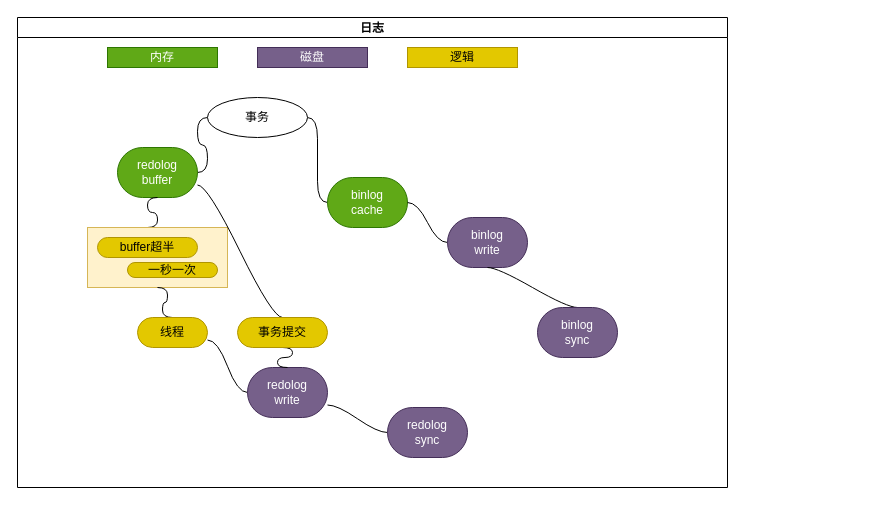
Before: page "日志" (1 of 4) of docs/tips/drawio/mysql-transaction.drawio in ShaoOrg/bulletin, a draw.io diagram. Source tidied: cells renumbered, new cells numbered last; positions are measured from the earlier drawing's top-left corner, leaving out a move shared by most shapes. Both pictures are drawn from the tidied source at 100%, with x=0, y=0 at pixel (17, 17).
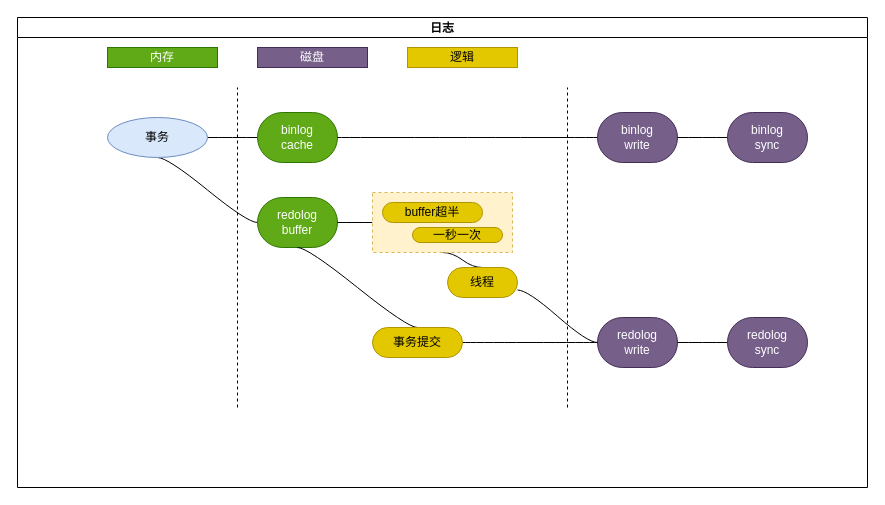
The same page after the edit.

Change to the diagram source:
```diff
@@
     <mxCell id="2" value="日志" style="swimlane;startSize=20;horizontal=1;containerType=tree;" parent="1" vertex="1">
-      <mxGeometry width="710" height="470" as="geometry" />
+      <mxGeometry width="850" height="470" as="geometry" />
     </mxCell>
@@
-    <mxCell id="4" style="edgeStyle=entityRelationEdgeStyle;startArrow=none;endArrow=none;segment=10;curved=1;sourcePerimeterSpacing=0;targetPerimeterSpacing=0;" parent="2" edge="1" source="5" target="7">
+    <mxCell id="4" style="edgeStyle=entityRelationEdgeStyle;startArrow=none;endArrow=none;segment=10;curved=1;sourcePerimeterSpacing=0;targetPerimeterSpacing=0;exitX=0.5;exitY=1;exitDx=0;exitDy=0;" parent="2" edge="1" source="5" target="7">
       <mxGeometry relative="1" as="geometry" />
     </mxCell>
-    <mxCell id="5" value="事务" style="ellipse;whiteSpace=wrap;html=1;align=center;newEdgeStyle={&quot;edgeStyle&quot;:&quot;entityRelationEdgeStyle&quot;,&quot;startArrow&quot;:&quot;none&quot;,&quot;endArrow&quot;:&quot;none&quot;,&quot;segment&quot;:10,&quot;curved&quot;:1,&quot;sourcePerimeterSpacing&quot;:0,&quot;targetPerimeterSpacing&quot;:0};" parent="2" vertex="1">
-      <mxGeometry x="190" y="80" width="100" height="40" as="geometry" />
+    <mxCell id="5" value="事务" style="ellipse;whiteSpace=wrap;html=1;align=center;newEdgeStyle={&quot;edgeStyle&quot;:&quot;entityRelationEdgeStyle&quot;,&quot;startArrow&quot;:&quot;none&quot;,&quot;endArrow&quot;:&quot;none&quot;,&quot;segment&quot;:10,&quot;curved&quot;:1,&quot;sourcePerimeterSpacing&quot;:0,&quot;targetPerimeterSpacing&quot;:0};fillColor=#dae8fc;strokeColor=#6c8ebf;" parent="2" vertex="1">
+      <mxGeometry x="90" y="100" width="100" height="40" as="geometry" />
     </mxCell>
     <mxCell id="6" value="binlog&lt;br&gt;cache" style="whiteSpace=wrap;html=1;rounded=1;arcSize=50;align=center;verticalAlign=middle;strokeWidth=1;spacing=4;newEdgeStyle={&quot;edgeStyle&quot;:&quot;entityRelationEdgeStyle&quot;,&quot;startArrow&quot;:&quot;none&quot;,&quot;endArrow&quot;:&quot;none&quot;,&quot;segment&quot;:10,&quot;curved&quot;:1,&quot;sourcePerimeterSpacing&quot;:0,&quot;targetPerimeterSpacing&quot;:0};fillColor=#60a917;fontColor=#ffffff;strokeColor=#2D7600;" parent="2" vertex="1">
-      <mxGeometry x="310" y="160" width="80" height="50" as="geometry" />
+      <mxGeometry x="240" y="95" width="80" height="50" as="geometry" />
     </mxCell>
     <mxCell id="7" value="redolog&lt;br&gt;buffer" style="whiteSpace=wrap;html=1;rounded=1;arcSize=50;align=center;verticalAlign=middle;strokeWidth=1;spacing=4;newEdgeStyle={&quot;edgeStyle&quot;:&quot;entityRelationEdgeStyle&quot;,&quot;startArrow&quot;:&quot;none&quot;,&quot;endArrow&quot;:&quot;none&quot;,&quot;segment&quot;:10,&quot;curved&quot;:1,&quot;sourcePerimeterSpacing&quot;:0,&quot;targetPerimeterSpacing&quot;:0};fillColor=#60a917;fontColor=#ffffff;strokeColor=#2D7600;" parent="2" vertex="1">
-      <mxGeometry x="100" y="130" width="80" height="50" as="geometry" />
+      <mxGeometry x="240" y="180" width="80" height="50" as="geometry" />
     </mxCell>
@@
     <mxCell id="11" value="binlog&lt;br&gt;write" style="whiteSpace=wrap;html=1;rounded=1;arcSize=50;align=center;verticalAlign=middle;strokeWidth=1;spacing=4;newEdgeStyle={&quot;edgeStyle&quot;:&quot;entityRelationEdgeStyle&quot;,&quot;startArrow&quot;:&quot;none&quot;,&quot;endArrow&quot;:&quot;none&quot;,&quot;segment&quot;:10,&quot;curved&quot;:1,&quot;sourcePerimeterSpacing&quot;:0,&quot;targetPerimeterSpacing&quot;:0};fillColor=#76608a;fontColor=#ffffff;strokeColor=#432D57;" parent="2" vertex="1">
-      <mxGeometry x="430" y="200" width="80" height="50" as="geometry" />
+      <mxGeometry x="580" y="95" width="80" height="50" as="geometry" />
     </mxCell>
-    <mxCell id="12" style="edgeStyle=entityRelationEdgeStyle;startArrow=none;endArrow=none;segment=10;curved=1;sourcePerimeterSpacing=0;targetPerimeterSpacing=0;exitX=0.5;exitY=1;exitDx=0;exitDy=0;entryX=0.5;entryY=0;entryDx=0;entryDy=0;" parent="2" edge="1" source="11" target="13">
+    <mxCell id="12" style="edgeStyle=entityRelationEdgeStyle;startArrow=none;endArrow=none;segment=10;curved=1;sourcePerimeterSpacing=0;targetPerimeterSpacing=0;exitX=1;exitY=0.5;exitDx=0;exitDy=0;entryX=0;entryY=0.5;entryDx=0;entryDy=0;" parent="2" edge="1" source="11" target="13">
       <mxGeometry relative="1" as="geometry" />
     </mxCell>
     <mxCell id="13" value="binlog&lt;br&gt;sync" style="whiteSpace=wrap;html=1;rounded=1;arcSize=50;align=center;verticalAlign=middle;strokeWidth=1;spacing=4;newEdgeStyle={&quot;edgeStyle&quot;:&quot;entityRelationEdgeStyle&quot;,&quot;startArrow&quot;:&quot;none&quot;,&quot;endArrow&quot;:&quot;none&quot;,&quot;segment&quot;:10,&quot;curved&quot;:1,&quot;sourcePerimeterSpacing&quot;:0,&quot;targetPerimeterSpacing&quot;:0};fillColor=#76608a;fontColor=#ffffff;strokeColor=#432D57;" parent="2" vertex="1">
-      <mxGeometry x="520" y="290" width="80" height="50" as="geometry" />
+      <mxGeometry x="710" y="95" width="80" height="50" as="geometry" />
     </mxCell>
-    <mxCell id="14" style="edgeStyle=entityRelationEdgeStyle;startArrow=none;endArrow=none;segment=10;curved=1;sourcePerimeterSpacing=0;targetPerimeterSpacing=0;exitX=0.5;exitY=1;exitDx=0;exitDy=0;entryX=0.429;entryY=0;entryDx=0;entryDy=0;entryPerimeter=0;" parent="2" edge="1" source="7" target="17">
+    <mxCell id="14" style="edgeStyle=entityRelationEdgeStyle;startArrow=none;endArrow=none;segment=10;curved=1;sourcePerimeterSpacing=0;targetPerimeterSpacing=0;exitX=1;exitY=0.5;exitDx=0;exitDy=0;entryX=0;entryY=0.5;entryDx=0;entryDy=0;" parent="2" edge="1" source="7" target="17">
       <mxGeometry relative="1" as="geometry" />
     </mxCell>
@@
-    <mxCell id="16" style="group;" parent="2" vertex="1">
-      <mxGeometry x="70" y="210" width="140" height="60" as="geometry" />
-    </mxCell>
-    <mxCell id="17" style="rounded=0;whiteSpace=wrap;html=1;fillColor=#fff2cc;strokeColor=#d6b656;" parent="16" vertex="1">
-      <mxGeometry width="140" height="60" as="geometry" />
-    </mxCell>
-    <mxCell id="18" value="buffer超半" style="whiteSpace=wrap;html=1;rounded=1;arcSize=50;align=center;verticalAlign=middle;strokeWidth=1;spacing=4;newEdgeStyle={&quot;edgeStyle&quot;:&quot;entityRelationEdgeStyle&quot;,&quot;startArrow&quot;:&quot;none&quot;,&quot;endArrow&quot;:&quot;none&quot;,&quot;segment&quot;:10,&quot;curved&quot;:1,&quot;sourcePerimeterSpacing&quot;:0,&quot;targetPerimeterSpacing&quot;:0};fillColor=#e3c800;fontColor=#000000;strokeColor=#B09500;" parent="16" vertex="1">
-      <mxGeometry x="10" y="10" width="100" height="20" as="geometry" />
-    </mxCell>
-    <mxCell id="19" value="一秒一次" style="whiteSpace=wrap;html=1;rounded=1;arcSize=50;align=center;verticalAlign=middle;strokeWidth=1;spacing=4;newEdgeStyle={&quot;edgeStyle&quot;:&quot;entityRelationEdgeStyle&quot;,&quot;startArrow&quot;:&quot;none&quot;,&quot;endArrow&quot;:&quot;none&quot;,&quot;segment&quot;:10,&quot;curved&quot;:1,&quot;sourcePerimeterSpacing&quot;:0,&quot;targetPerimeterSpacing&quot;:0};fillColor=#e3c800;fontColor=#000000;strokeColor=#B09500;" parent="16" vertex="1">
-      <mxGeometry x="40" y="35" width="90" height="15" as="geometry" />
-    </mxCell>
@@
     <mxCell id="21" value="线程" style="whiteSpace=wrap;html=1;rounded=1;arcSize=50;align=center;verticalAlign=middle;strokeWidth=1;spacing=4;newEdgeStyle={&quot;edgeStyle&quot;:&quot;entityRelationEdgeStyle&quot;,&quot;startArrow&quot;:&quot;none&quot;,&quot;endArrow&quot;:&quot;none&quot;,&quot;segment&quot;:10,&quot;curved&quot;:1,&quot;sourcePerimeterSpacing&quot;:0,&quot;targetPerimeterSpacing&quot;:0};fillColor=#e3c800;fontColor=#000000;strokeColor=#B09500;" parent="2" vertex="1">
-      <mxGeometry x="120" y="300" width="70" height="30" as="geometry" />
+      <mxGeometry x="430" y="250" width="70" height="30" as="geometry" />
     </mxCell>
@@
     <mxCell id="23" value="redolog&lt;br&gt;write" style="whiteSpace=wrap;html=1;rounded=1;arcSize=50;align=center;verticalAlign=middle;strokeWidth=1;spacing=4;newEdgeStyle={&quot;edgeStyle&quot;:&quot;entityRelationEdgeStyle&quot;,&quot;startArrow&quot;:&quot;none&quot;,&quot;endArrow&quot;:&quot;none&quot;,&quot;segment&quot;:10,&quot;curved&quot;:1,&quot;sourcePerimeterSpacing&quot;:0,&quot;targetPerimeterSpacing&quot;:0};fillColor=#76608a;fontColor=#ffffff;strokeColor=#432D57;" parent="2" vertex="1">
-      <mxGeometry x="230" y="350" width="80" height="50" as="geometry" />
+      <mxGeometry x="580" y="300" width="80" height="50" as="geometry" />
     </mxCell>
-    <mxCell id="24" style="edgeStyle=entityRelationEdgeStyle;startArrow=none;endArrow=none;segment=10;curved=1;sourcePerimeterSpacing=0;targetPerimeterSpacing=0;exitX=1;exitY=0.75;exitDx=0;exitDy=0;" parent="2" edge="1" source="23" target="25">
+    <mxCell id="24" style="edgeStyle=entityRelationEdgeStyle;startArrow=none;endArrow=none;segment=10;curved=1;sourcePerimeterSpacing=0;targetPerimeterSpacing=0;exitX=1;exitY=0.5;exitDx=0;exitDy=0;" parent="2" edge="1" source="23" target="25">
       <mxGeometry relative="1" as="geometry" />
     </mxCell>
     <mxCell id="25" value="redolog&lt;br&gt;sync" style="whiteSpace=wrap;html=1;rounded=1;arcSize=50;align=center;verticalAlign=middle;strokeWidth=1;spacing=4;newEdgeStyle={&quot;edgeStyle&quot;:&quot;entityRelationEdgeStyle&quot;,&quot;startArrow&quot;:&quot;none&quot;,&quot;endArrow&quot;:&quot;none&quot;,&quot;segment&quot;:10,&quot;curved&quot;:1,&quot;sourcePerimeterSpacing&quot;:0,&quot;targetPerimeterSpacing&quot;:0};fillColor=#76608a;fontColor=#ffffff;strokeColor=#432D57;" parent="2" vertex="1">
-      <mxGeometry x="370" y="390" width="80" height="50" as="geometry" />
+      <mxGeometry x="710" y="300" width="80" height="50" as="geometry" />
     </mxCell>
-    <mxCell id="26" style="edgeStyle=entityRelationEdgeStyle;startArrow=none;endArrow=none;segment=10;curved=1;sourcePerimeterSpacing=0;targetPerimeterSpacing=0;exitX=1;exitY=0.75;exitDx=0;exitDy=0;entryX=0.5;entryY=0;entryDx=0;entryDy=0;" parent="2" edge="1" source="7" target="28">
+    <mxCell id="26" style="edgeStyle=entityRelationEdgeStyle;startArrow=none;endArrow=none;segment=10;curved=1;sourcePerimeterSpacing=0;targetPerimeterSpacing=0;exitX=0.5;exitY=1;exitDx=0;exitDy=0;entryX=0.5;entryY=0;entryDx=0;entryDy=0;" parent="2" edge="1" source="7" target="28">
       <mxGeometry relative="1" as="geometry" />
     </mxCell>
-    <mxCell id="27" style="edgeStyle=entityRelationEdgeStyle;html=1;startArrow=none;endArrow=none;segment=10;curved=1;sourcePerimeterSpacing=0;targetPerimeterSpacing=0;entryX=0.5;entryY=0;entryDx=0;entryDy=0;exitX=0.5;exitY=1;exitDx=0;exitDy=0;" parent="2" edge="1" source="28" target="23">
+    <mxCell id="27" style="edgeStyle=entityRelationEdgeStyle;html=1;startArrow=none;endArrow=none;segment=10;curved=1;sourcePerimeterSpacing=0;targetPerimeterSpacing=0;exitX=1;exitY=0.5;exitDx=0;exitDy=0;entryX=0;entryY=0.5;entryDx=0;entryDy=0;" parent="2" edge="1" source="28" target="23">
       <mxGeometry relative="1" as="geometry" />
     </mxCell>
     <mxCell id="28" value="事务提交" style="whiteSpace=wrap;html=1;rounded=1;arcSize=50;align=center;verticalAlign=middle;strokeWidth=1;spacing=4;newEdgeStyle={&quot;edgeStyle&quot;:&quot;entityRelationEdgeStyle&quot;,&quot;startArrow&quot;:&quot;none&quot;,&quot;endArrow&quot;:&quot;none&quot;,&quot;segment&quot;:10,&quot;curved&quot;:1,&quot;sourcePerimeterSpacing&quot;:0,&quot;targetPerimeterSpacing&quot;:0};fillColor=#e3c800;fontColor=#000000;strokeColor=#B09500;" parent="2" vertex="1">
-      <mxGeometry x="220" y="300" width="90" height="30" as="geometry" />
+      <mxGeometry x="355" y="310" width="90" height="30" as="geometry" />
     </mxCell>
+    <mxCell id="16" style="group;" parent="2" vertex="1">
+      <mxGeometry x="355" y="175" width="140" height="60" as="geometry" />
+    </mxCell>
+    <mxCell id="17" style="rounded=0;whiteSpace=wrap;html=1;fillColor=#fff2cc;strokeColor=#d6b656;dashed=1;" parent="16" vertex="1">
+      <mxGeometry width="140" height="60" as="geometry" />
+    </mxCell>
+    <mxCell id="18" value="buffer超半" style="whiteSpace=wrap;html=1;rounded=1;arcSize=50;align=center;verticalAlign=middle;strokeWidth=1;spacing=4;newEdgeStyle={&quot;edgeStyle&quot;:&quot;entityRelationEdgeStyle&quot;,&quot;startArrow&quot;:&quot;none&quot;,&quot;endArrow&quot;:&quot;none&quot;,&quot;segment&quot;:10,&quot;curved&quot;:1,&quot;sourcePerimeterSpacing&quot;:0,&quot;targetPerimeterSpacing&quot;:0};fillColor=#e3c800;fontColor=#000000;strokeColor=#B09500;" parent="16" vertex="1" collapsed="1">
+      <mxGeometry x="10" y="10" width="100" height="20" as="geometry" />
+    </mxCell>
+    <mxCell id="19" value="一秒一次" style="whiteSpace=wrap;html=1;rounded=1;arcSize=50;align=center;verticalAlign=middle;strokeWidth=1;spacing=4;newEdgeStyle={&quot;edgeStyle&quot;:&quot;entityRelationEdgeStyle&quot;,&quot;startArrow&quot;:&quot;none&quot;,&quot;endArrow&quot;:&quot;none&quot;,&quot;segment&quot;:10,&quot;curved&quot;:1,&quot;sourcePerimeterSpacing&quot;:0,&quot;targetPerimeterSpacing&quot;:0};fillColor=#e3c800;fontColor=#000000;strokeColor=#B09500;" parent="16" vertex="1" collapsed="1">
+      <mxGeometry x="40" y="35" width="90" height="15" as="geometry" />
+    </mxCell>
+    <mxCell id="29" style="endArrow=none;dashed=1;html=1;" parent="2" edge="1">
+      <mxGeometry relative="1" as="geometry">
+        <mxPoint x="220" y="390" as="sourcePoint" />
+        <mxPoint x="220" y="70" as="targetPoint" />
+      </mxGeometry>
+    </mxCell>
+    <mxCell id="30" style="endArrow=none;dashed=1;html=1;" parent="1" edge="1">
+      <mxGeometry relative="1" as="geometry">
+        <mxPoint x="550" y="390" as="sourcePoint" />
+        <mxPoint x="550" y="70" as="targetPoint" />
+      </mxGeometry>
+    </mxCell>
```
